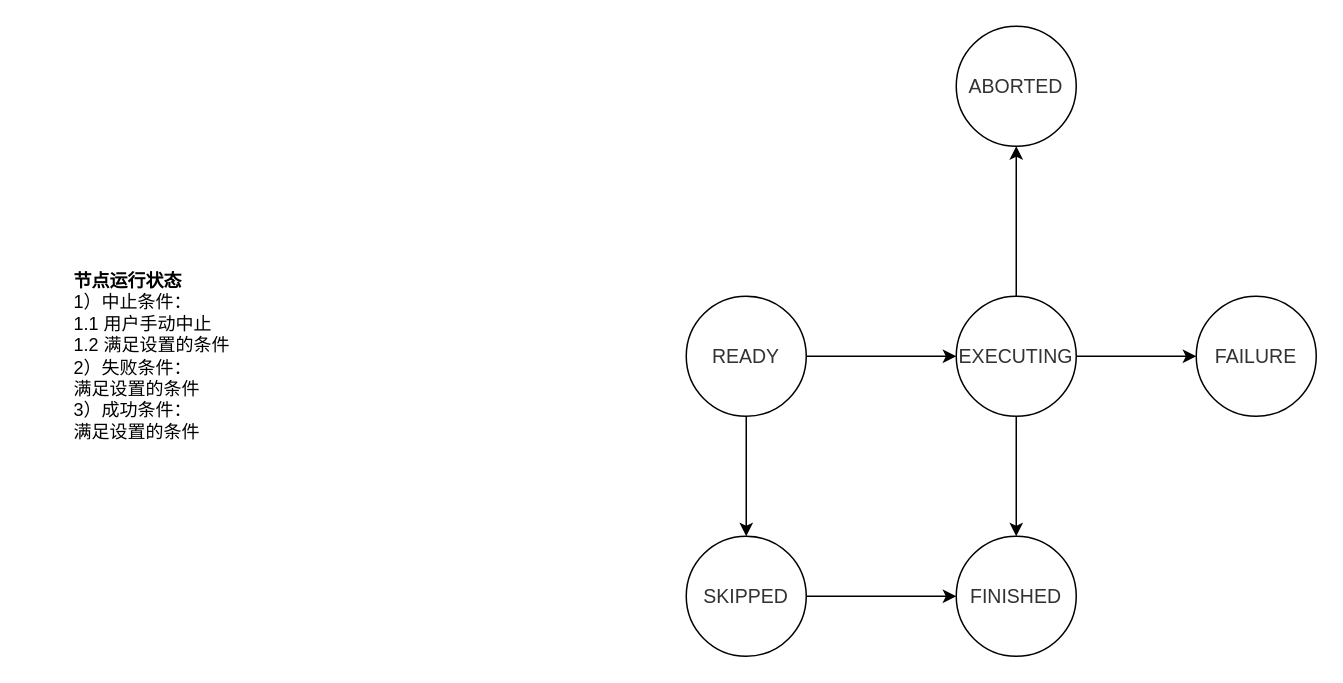
This is page "节点状态转移图" (2 of 2) of walkflow.drawio from lzhz2012/drawio, a draw.io file, before an edit. Source tidied: cells renumbered, new cells numbered last; positions are measured from the earlier drawing's top-left corner, leaving out a move shared by most shapes. Both pictures are drawn from the tidied source at 150%, with x=0, y=0 at pixel (70, 26).
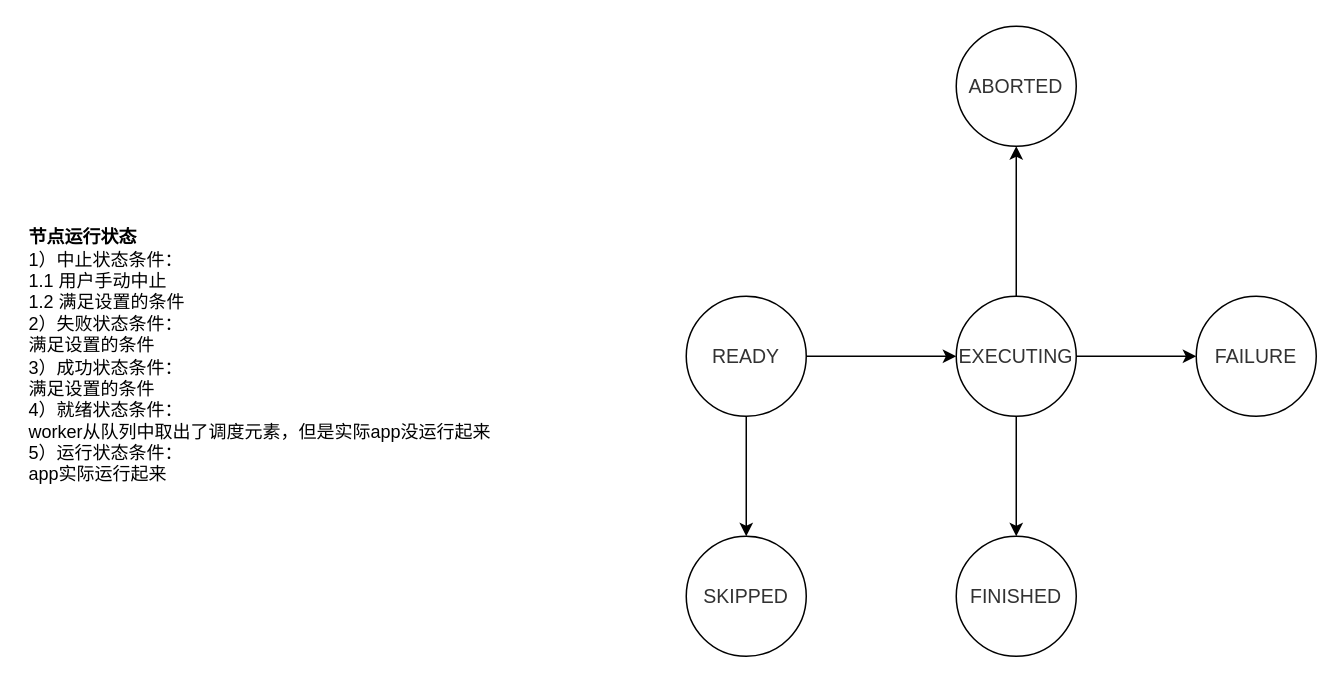
After the change.

The edit, as a diff of the source:
```diff
@@
 <mxGraphModel>
   <root>
     <mxCell id="0" />
     <mxCell id="1" parent="0" />
     <mxCell id="2" value="&lt;span style=&quot;color: rgb(50 , 50 , 50) ; font-size: 13px ; background-color: rgba(255 , 255 , 255 , 0.01)&quot;&gt;ABORTED&lt;/span&gt;" style="ellipse;whiteSpace=wrap;html=1;fillColor=none;gradientColor=none;align=center;" parent="1" vertex="1">
       <mxGeometry x="590" width="80" height="80" as="geometry" />
     </mxCell>
     <mxCell id="3" style="edgeStyle=orthogonalEdgeStyle;rounded=0;jettySize=auto;html=1;exitX=1;exitY=0.5;exitDx=0;exitDy=0;" parent="1" edge="1" source="6" target="7">
       <mxGeometry relative="1" as="geometry" />
     </mxCell>
     <mxCell id="4" style="edgeStyle=orthogonalEdgeStyle;rounded=0;jettySize=auto;html=1;exitX=0.5;exitY=0;exitDx=0;exitDy=0;entryX=0.5;entryY=1;entryDx=0;entryDy=0;" parent="1" edge="1" source="6" target="2">
       <mxGeometry relative="1" as="geometry" />
     </mxCell>
     <mxCell id="5" style="edgeStyle=orthogonalEdgeStyle;rounded=0;jettySize=auto;html=1;" parent="1" edge="1" source="6" target="8">
       <mxGeometry relative="1" as="geometry" />
     </mxCell>
     <mxCell id="6" value="&lt;span style=&quot;color: rgb(50 , 50 , 50) ; font-size: 13px ; background-color: rgba(255 , 255 , 255 , 0.01)&quot;&gt;EXECUTING&lt;/span&gt;" style="ellipse;whiteSpace=wrap;html=1;fillColor=none;gradientColor=none;align=center;" parent="1" vertex="1">
       <mxGeometry x="590" y="180" width="80" height="80" as="geometry" />
     </mxCell>
     <mxCell id="7" value="&lt;span style=&quot;color: rgb(50 , 50 , 50) ; font-size: 13px ; background-color: rgba(255 , 255 , 255 , 0.01)&quot;&gt;FAILURE&lt;/span&gt;" style="ellipse;whiteSpace=wrap;html=1;fillColor=none;gradientColor=none;align=center;" parent="1" vertex="1">
       <mxGeometry x="750" y="180" width="80" height="80" as="geometry" />
     </mxCell>
     <mxCell id="8" value="&lt;span style=&quot;color: rgb(50 , 50 , 50) ; font-size: 13px ; background-color: rgba(255 , 255 , 255 , 0.01)&quot;&gt;FINISHED&lt;/span&gt;" style="ellipse;whiteSpace=wrap;html=1;fillColor=none;gradientColor=none;align=center;" parent="1" vertex="1">
       <mxGeometry x="590" y="340" width="80" height="80" as="geometry" />
     </mxCell>
     <mxCell id="9" style="edgeStyle=orthogonalEdgeStyle;rounded=0;jettySize=auto;html=1;exitX=1;exitY=0.5;exitDx=0;exitDy=0;" parent="1" edge="1" source="11" target="6">
       <mxGeometry relative="1" as="geometry" />
     </mxCell>
     <mxCell id="10" style="edgeStyle=orthogonalEdgeStyle;rounded=0;jettySize=auto;html=1;exitX=0.5;exitY=1;exitDx=0;exitDy=0;" parent="1" edge="1" source="11" target="14">
       <mxGeometry relative="1" as="geometry" />
     </mxCell>
     <mxCell id="11" value="&lt;span style=&quot;color: rgb(50 , 50 , 50) ; font-size: 13px ; background-color: rgba(255 , 255 , 255 , 0.01)&quot;&gt;READY&lt;/span&gt;" style="ellipse;whiteSpace=wrap;html=1;fillColor=none;gradientColor=none;align=center;" parent="1" vertex="1">
       <mxGeometry x="410" y="180" width="80" height="80" as="geometry" />
     </mxCell>
-    <mxCell id="12" value="&lt;b&gt;节点运行状态&lt;/b&gt;&lt;br&gt;1）中止条件：&lt;br&gt;1.1 用户手动中止&lt;br&gt;1.2 满足设置的条件&lt;br&gt;2）失败条件：&lt;br&gt;满足设置的条件&lt;br&gt;3）成功条件：&lt;br&gt;满足设置的条件" style="text;html=1;strokeColor=none;fillColor=none;align=left;verticalAlign=middle;whiteSpace=wrap;rounded=0;" parent="1" vertex="1">
-      <mxGeometry y="145" width="330" height="150" as="geometry" />
+    <mxCell id="12" value="&lt;b&gt;节点运行状态&lt;/b&gt;&lt;br&gt;1）中止状态条件：&lt;br&gt;1.1 用户手动中止&lt;br&gt;1.2 满足设置的条件&lt;br&gt;2）失败状态条件：&lt;br&gt;满足设置的条件&lt;br&gt;3）成功状态条件：&lt;br&gt;满足设置的条件&lt;br&gt;4）就绪状态条件：&lt;br&gt;worker从队列中取出了调度元素，但是实际app没运行起来&lt;br&gt;5）运行状态条件：&lt;br&gt;app实际运行起来" style="text;html=1;strokeColor=none;fillColor=none;align=left;verticalAlign=middle;whiteSpace=wrap;rounded=0;" parent="1" vertex="1">
+      <mxGeometry x="-30" y="127.5" width="340" height="185" as="geometry" />
     </mxCell>
-    <mxCell id="13" style="edgeStyle=orthogonalEdgeStyle;rounded=0;jettySize=auto;html=1;exitX=1;exitY=0.5;exitDx=0;exitDy=0;" parent="1" edge="1" source="14" target="8">
-      <mxGeometry relative="1" as="geometry" />
-    </mxCell>
     <mxCell id="14" value="&lt;span style=&quot;color: rgb(50 , 50 , 50) ; font-size: 13px ; background-color: rgba(255 , 255 , 255 , 0.01)&quot;&gt;SKIPPED&lt;/span&gt;" style="ellipse;whiteSpace=wrap;html=1;fillColor=none;gradientColor=none;align=center;" parent="1" vertex="1">
       <mxGeometry x="410" y="340" width="80" height="80" as="geometry" />
     </mxCell>
   </root>
 </mxGraphModel>
```
